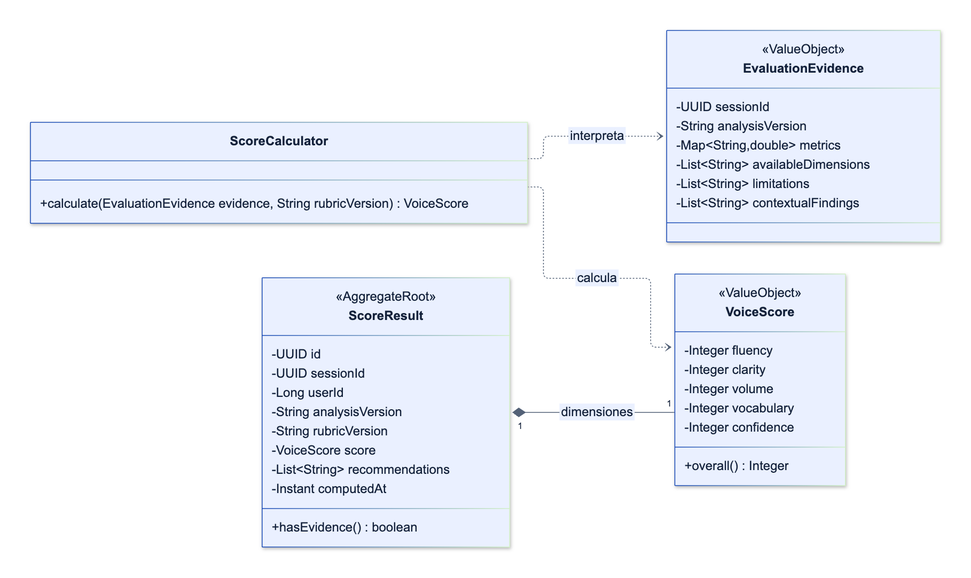
The Mermaid diagram assets/diagrams/tactical/03-scoring-feedback-classes.png in upc-pre-202620-si728-16365-thropic/talki-project-report, before a commit. Its source is kept beside it as assets/diagrams/tactical/03-scoring-feedback-classes.mmd.
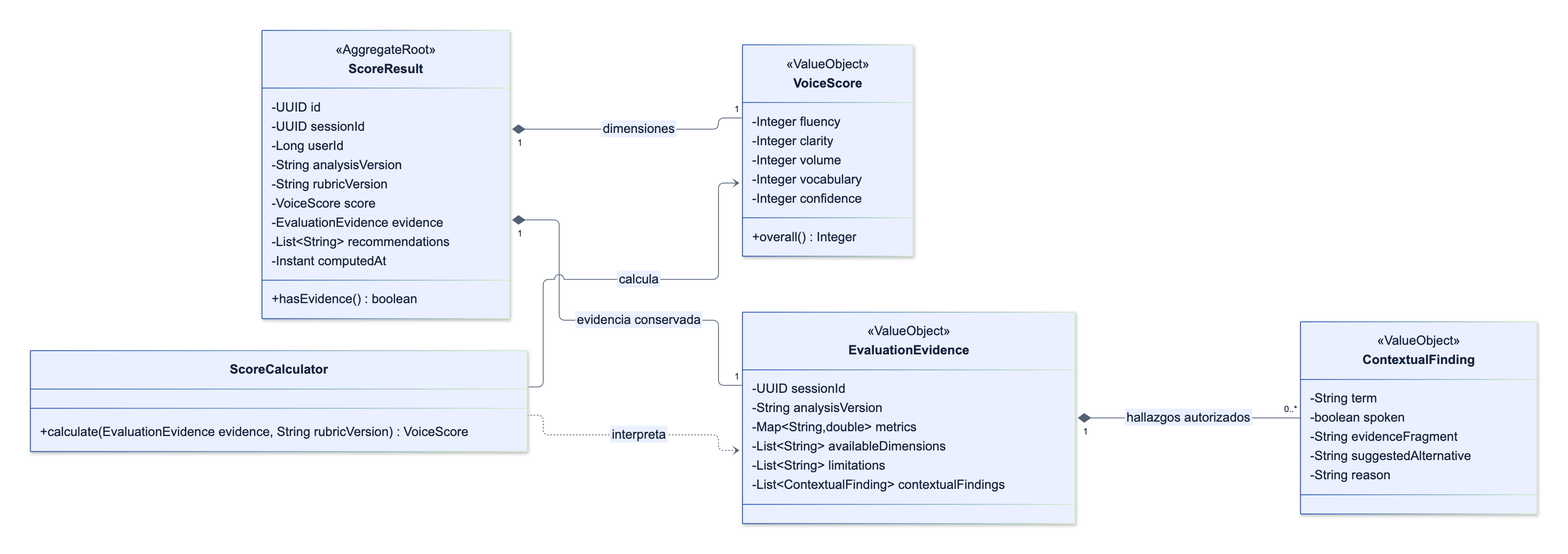
Later version of the same file.

Commit message:
docs(tactical): conserva evidencia y controla purga y progreso

Change to the diagram source:
```diff
@@ -8,6 +8,7 @@
   -String analysisVersion
   -String rubricVersion
   -VoiceScore score
+  -EvaluationEvidence evidence
   -List~String~ recommendations
   -Instant computedAt
   +hasEvidence() boolean
@@ -28,11 +29,21 @@
   -Map~String,double~ metrics
   -List~String~ availableDimensions
   -List~String~ limitations
-  -List~String~ contextualFindings
+  -List~ContextualFinding~ contextualFindings
+}
+class ContextualFinding {
+  <<ValueObject>>
+  -String term
+  -boolean spoken
+  -String evidenceFragment
+  -String suggestedAlternative
+  -String reason
 }
 class ScoreCalculator {
   +calculate(EvaluationEvidence evidence, String rubricVersion) VoiceScore
 }
 ScoreResult "1" *-- "1" VoiceScore : dimensiones
+ScoreResult "1" *-- "1" EvaluationEvidence : evidencia conservada
+EvaluationEvidence "1" *-- "0..*" ContextualFinding : hallazgos autorizados
 ScoreCalculator ..> EvaluationEvidence : interpreta
 ScoreCalculator ..> VoiceScore : calcula
```
